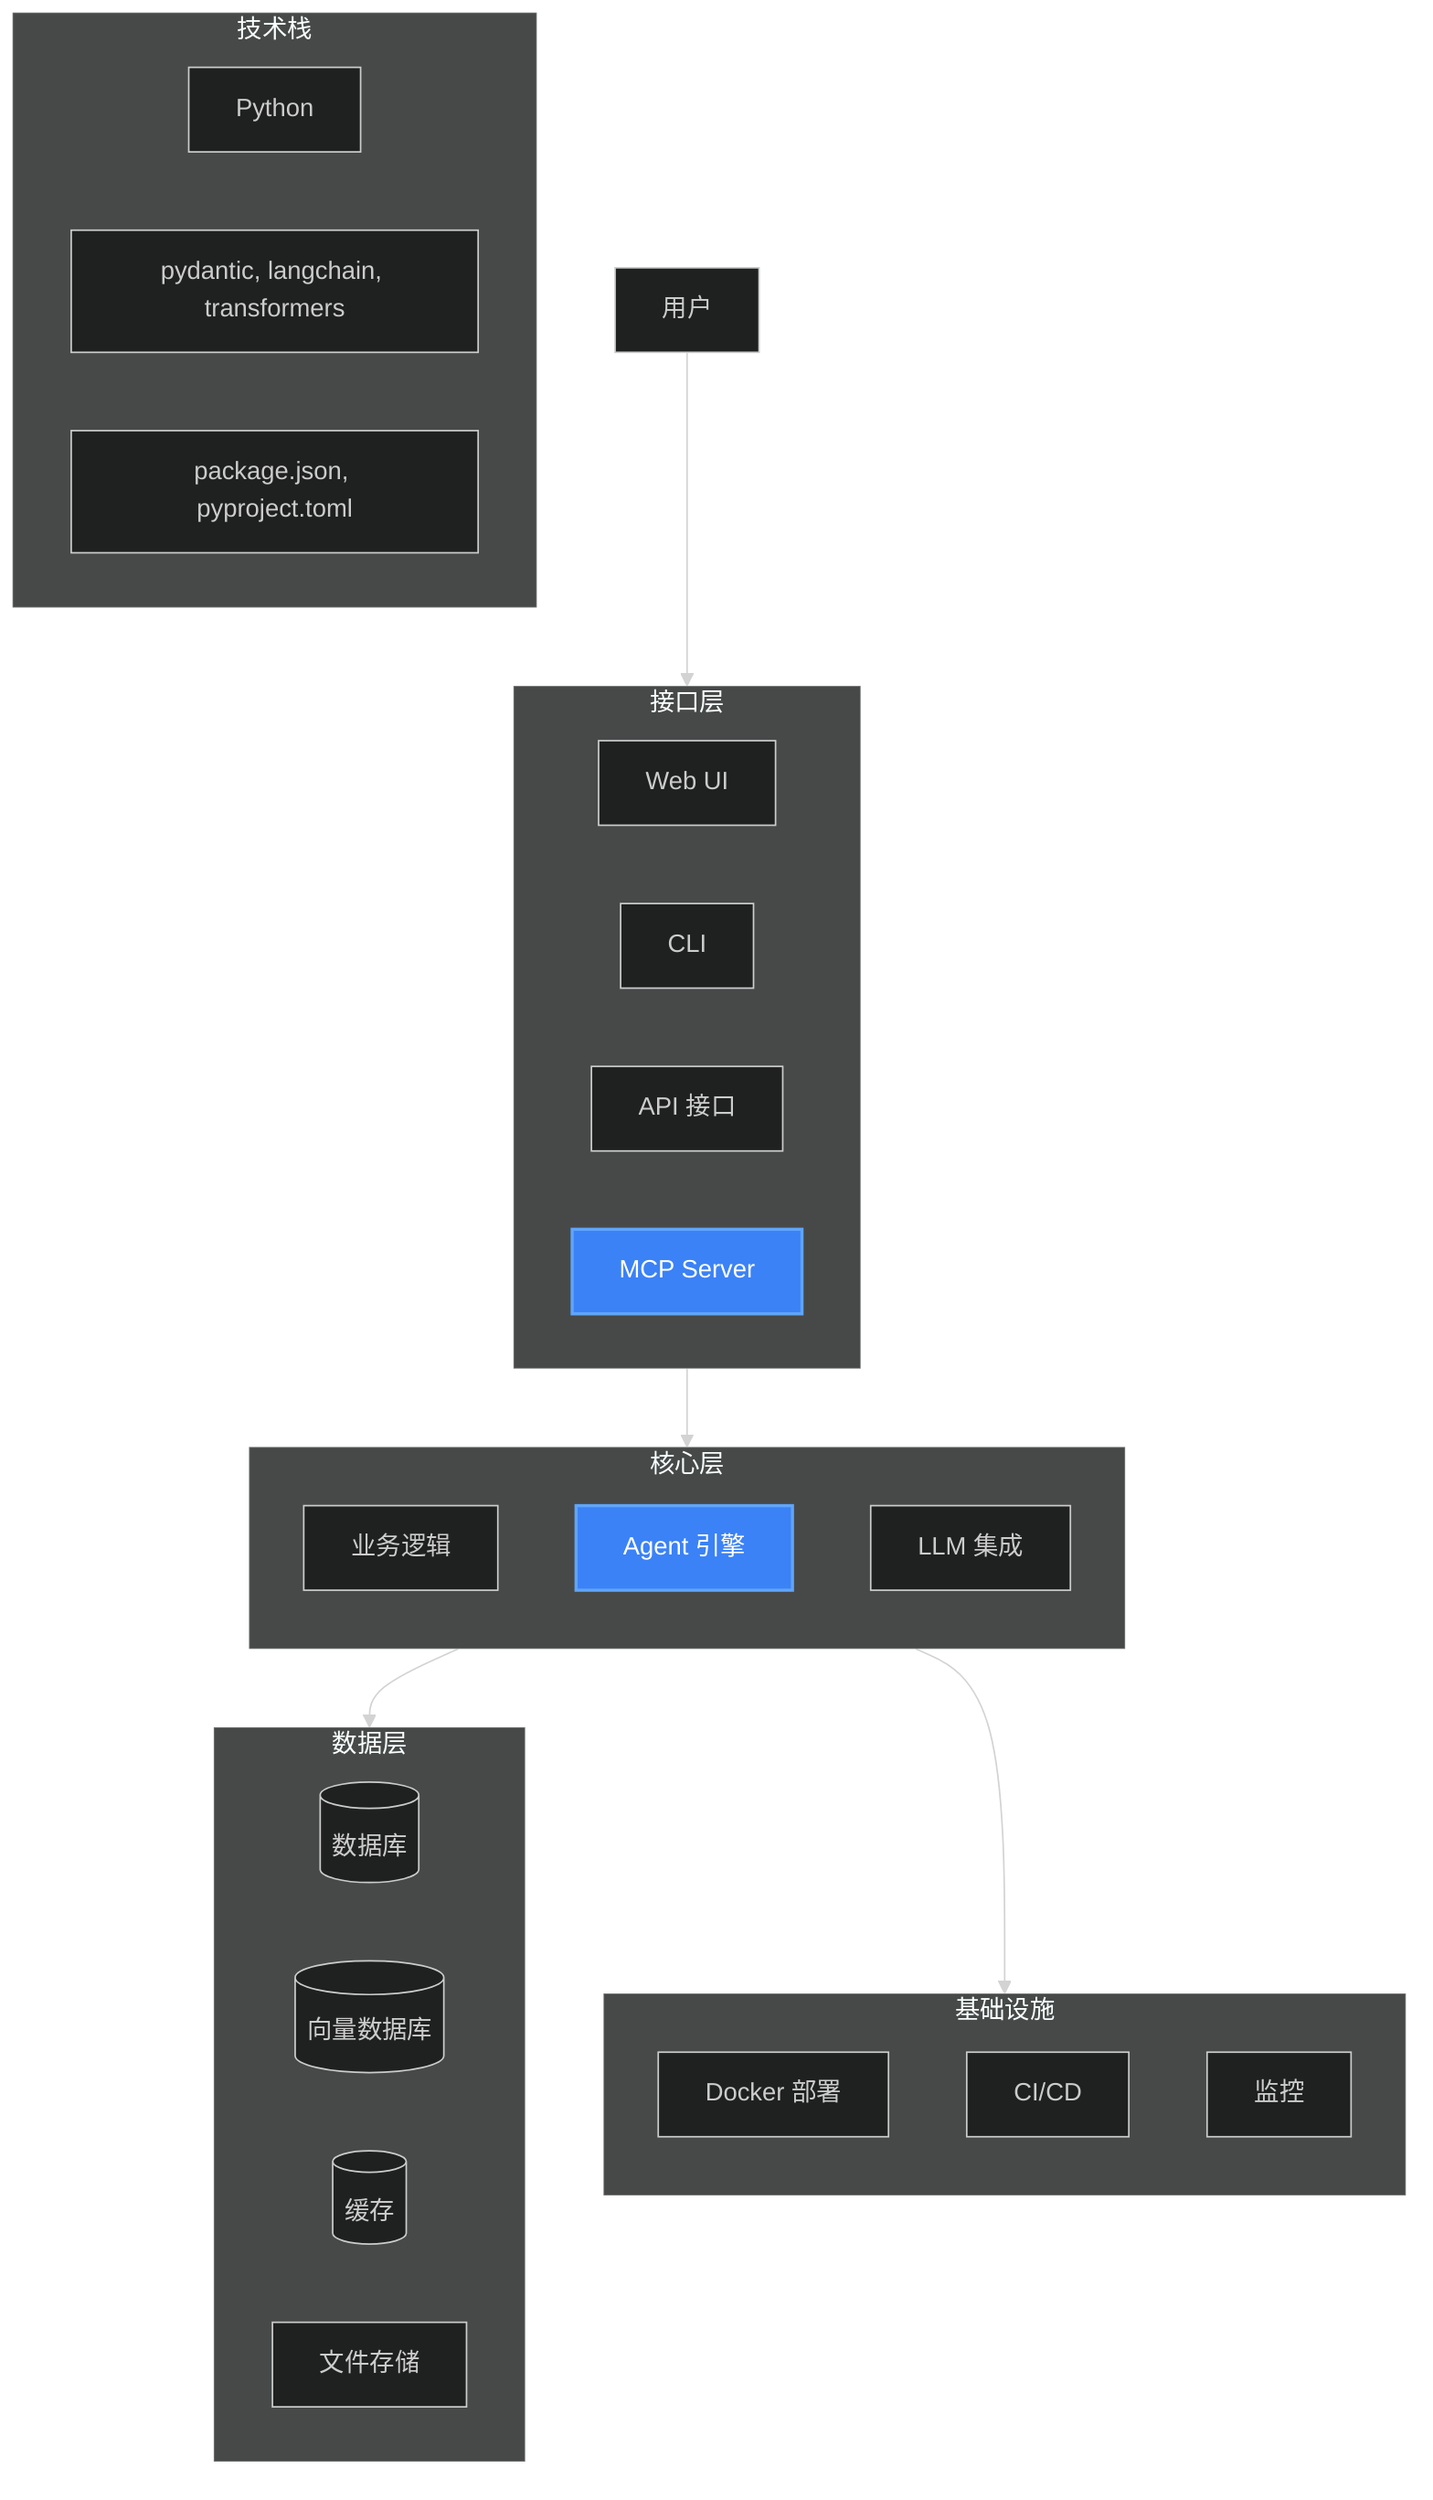
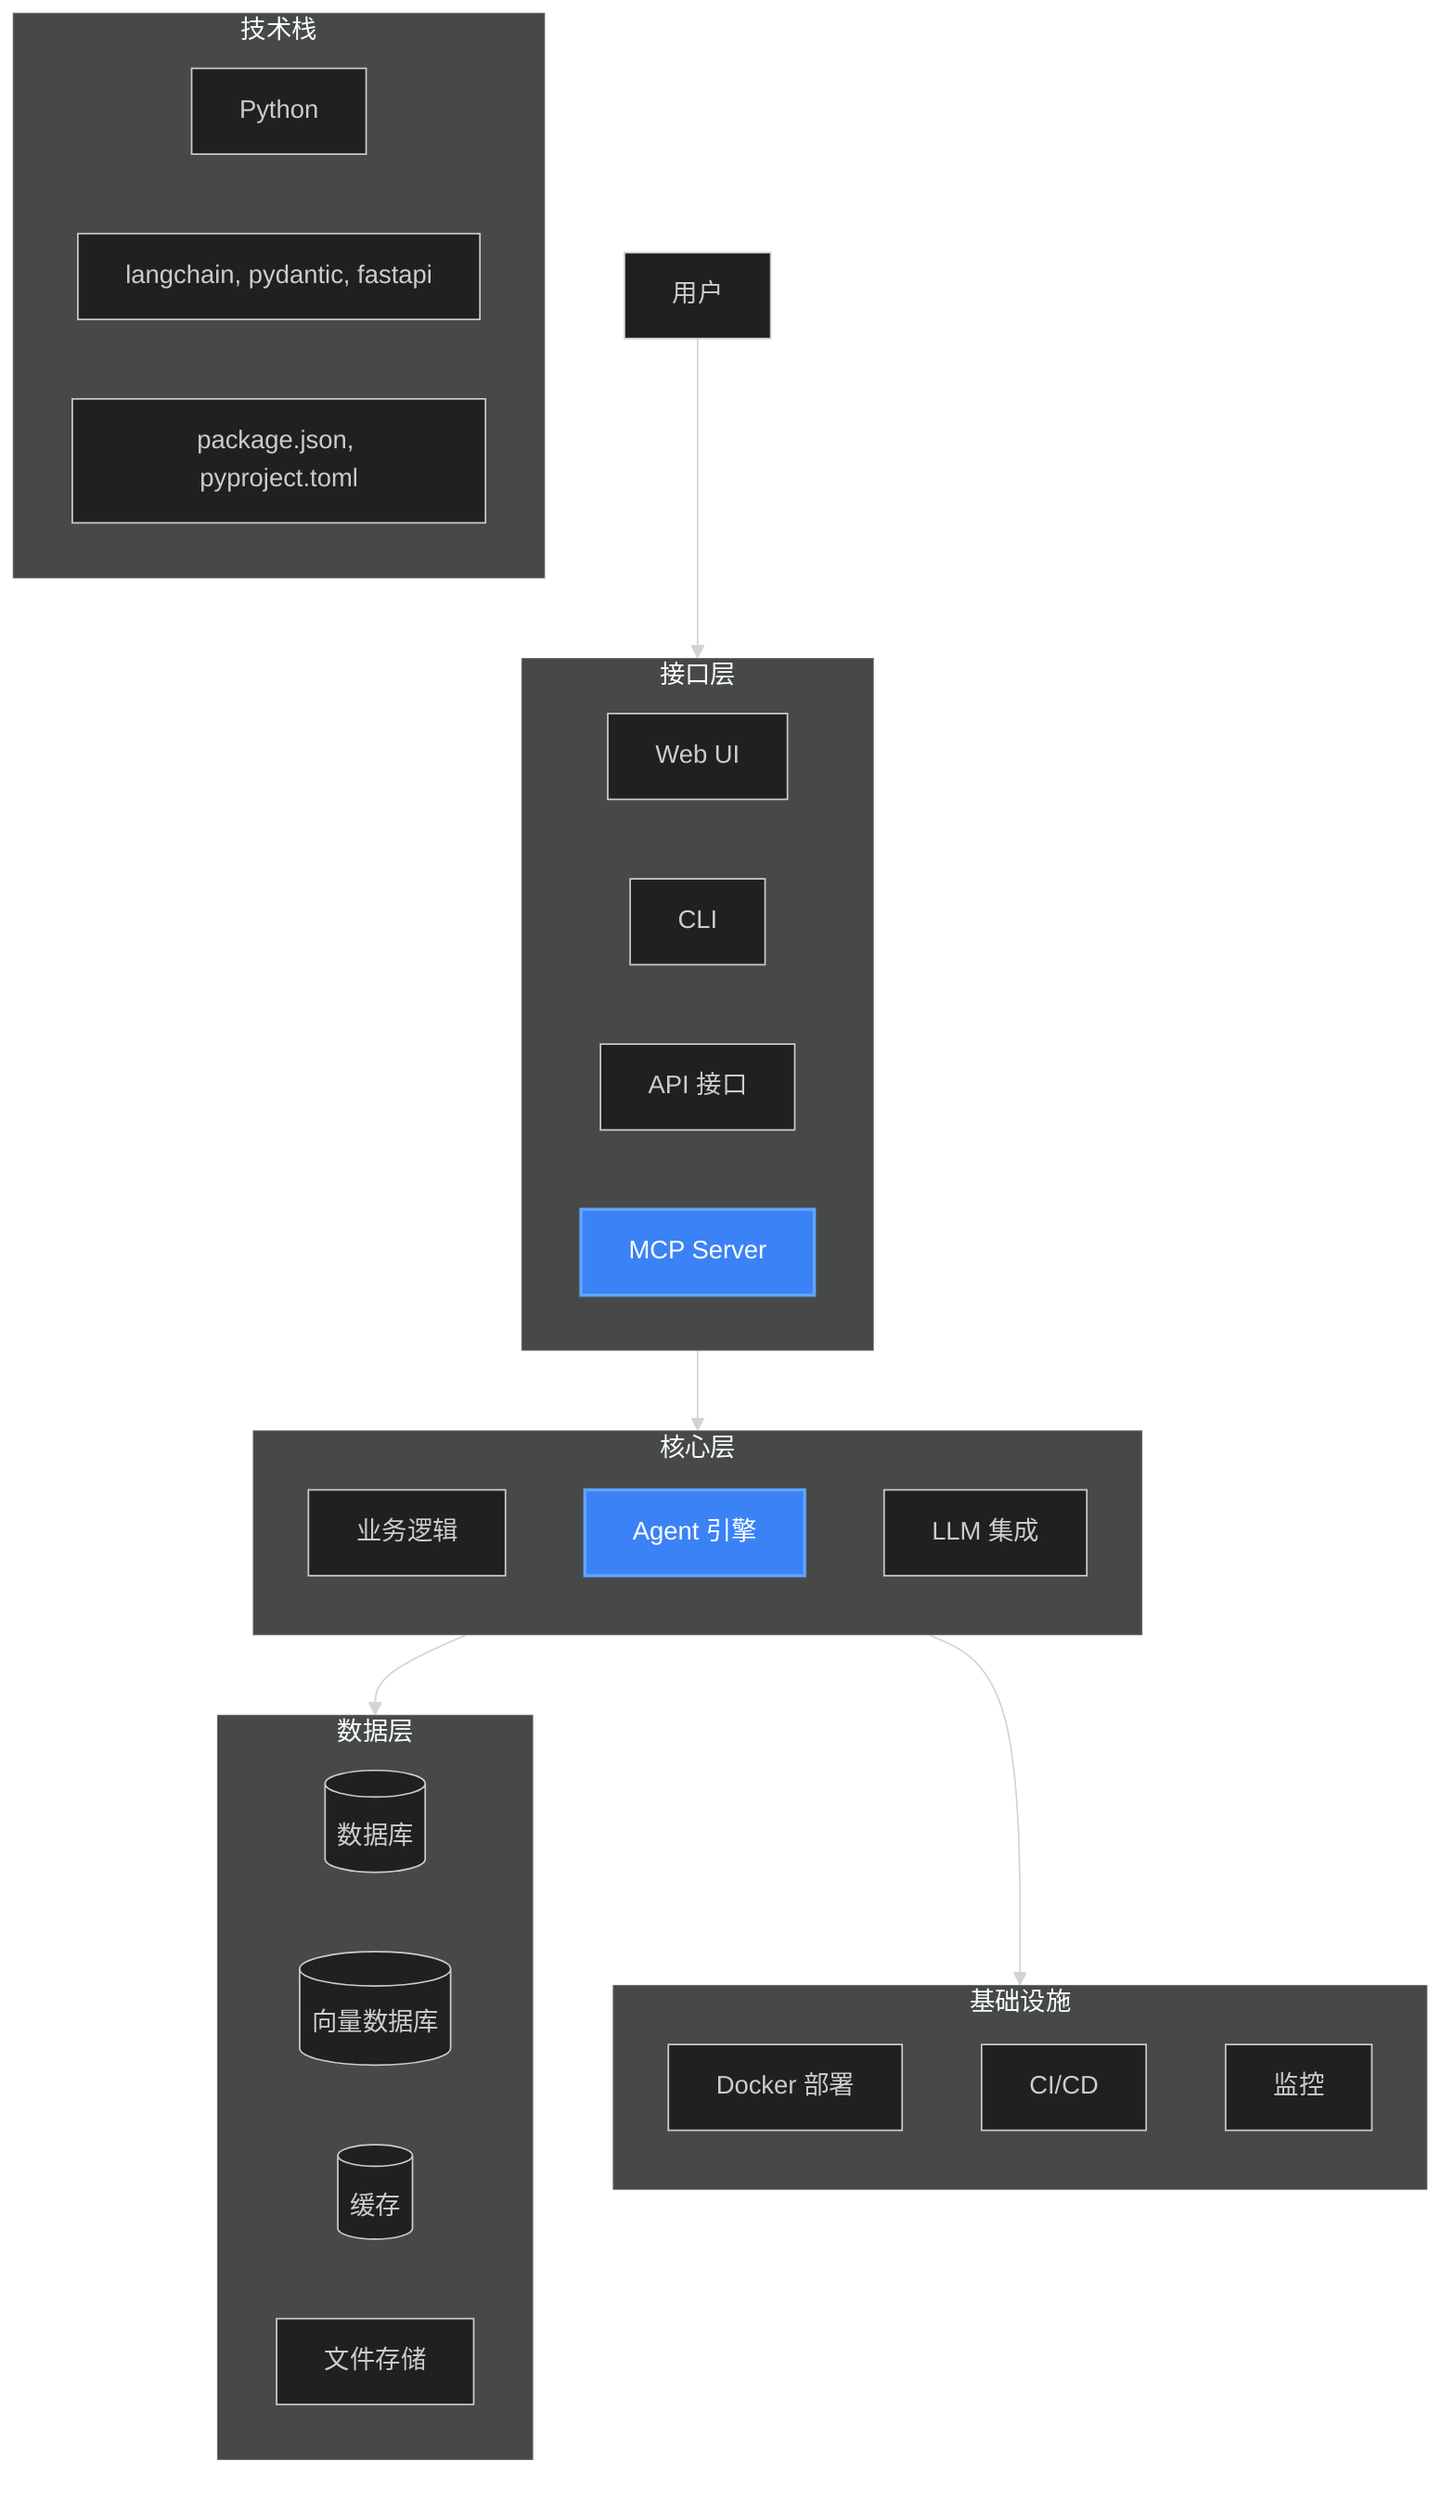
%%{init: {'theme': 'dark'}}%%
graph TB
    User[用户] --> Interface[接口层]

    subgraph Interface[接口层]
        direction LR
        WebUI[Web UI]
        CLI[CLI]
        API[API 接口]
        MCP[MCP Server]:::highlight
    end

    subgraph Core[核心层]
        direction TB
        Business[业务逻辑]
        AgentEngine[Agent 引擎]:::highlight
        LLM[LLM 集成]
    end

    subgraph Data[数据层]
        direction LR
        Database[(数据库)]
        VectorDB[(向量数据库)]
        Cache[(缓存)]
        Files[文件存储]
    end

    subgraph Infra[基础设施]
        direction TB
        Docker[Docker 部署]
        CI/CD[CI/CD]
        Monitoring[监控]
    end

    Interface --> Core
    Core --> Data
    Core --> Infra

    classDef highlight fill:#3b82f6,stroke:#60a5fa,stroke-width:2px,color:white

    %% 技术栈信息
    subgraph TechStack[技术栈]
        direction LR
        Lang[Python]
-         FW[pydantic, langchain, transformers]
+         FW[langchain, pydantic, fastapi]
        Deps[package.json, pyproject.toml]
    end
